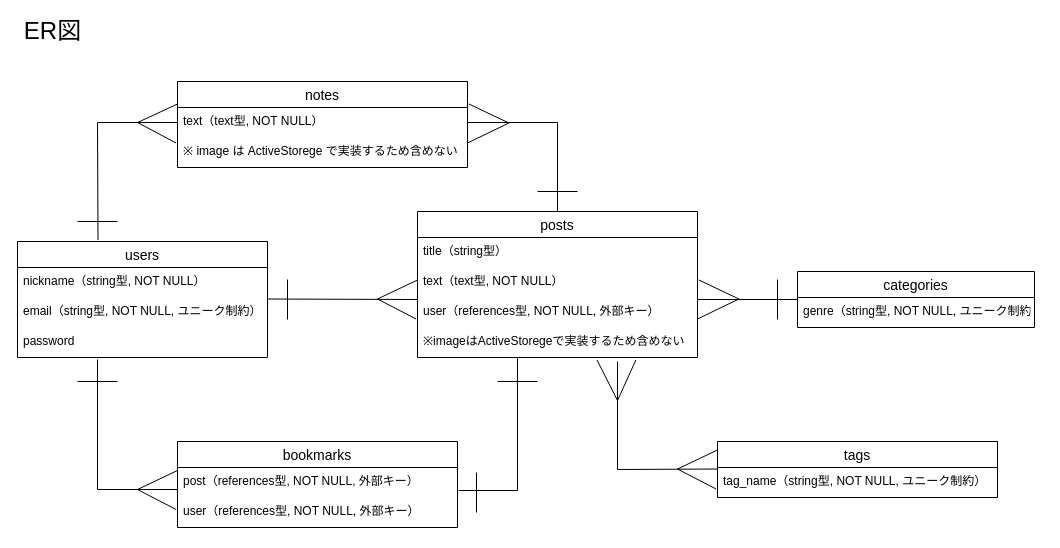
This is ER.dio from yuuri-aqua/note-38690, a draw.io file, before an edit. Source tidied: cells renumbered, new cells numbered last; positions are measured from the earlier drawing's top-left corner, leaving out a move shared by most shapes. Both pictures are drawn from the tidied source at 100%, with x=0, y=0 at pixel (17, 21).
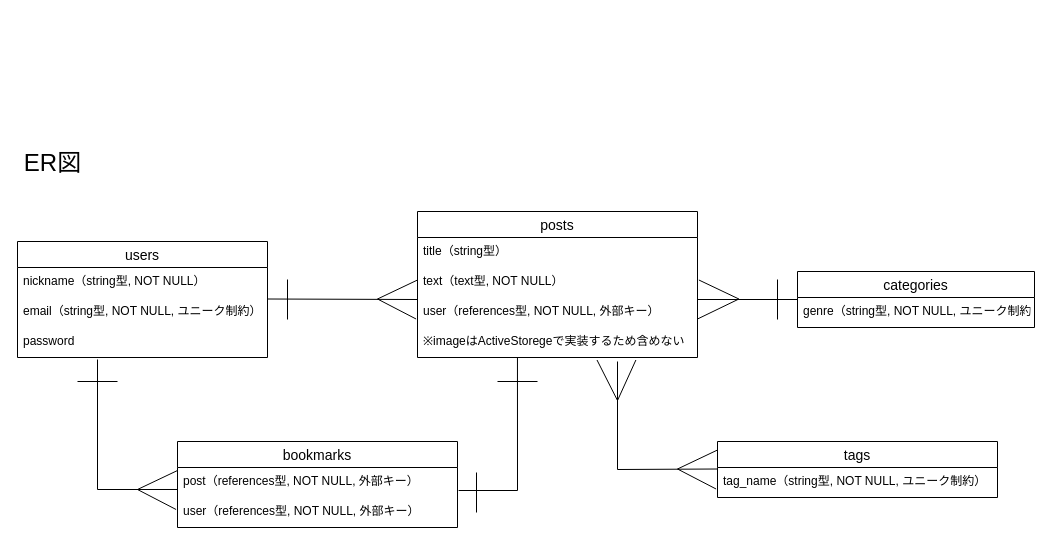
The same page after the edit.

The change refers to these unchanged cells:
```xml
<mxCell id="3" value="users" style="swimlane;fontStyle=0;horizontal=1;startSize=26;align=center;fontSize=14;" parent="1" vertex="1">
  <mxGeometry y="220" width="250" height="116" as="geometry" />
</mxCell>
<mxCell id="7" value="posts" style="swimlane;fontStyle=0;horizontal=1;startSize=26;align=center;fontSize=14;" parent="1" vertex="1">
  <mxGeometry x="400" y="190" width="280" height="146" as="geometry" />
</mxCell>
```

The edit, as a diff of the source:
```diff
@@
     <mxCell id="2" value="&lt;font style=&quot;font-size: 24px&quot;&gt;ER図&lt;/font&gt;" style="text;html=1;align=center;verticalAlign=middle;fillColor=none;strokeColor=none;rounded=0;" parent="1" vertex="1">
-      <mxGeometry width="70" height="20" as="geometry" />
+      <mxGeometry y="132" width="70" height="20" as="geometry" />
     </mxCell>
@@
-    <mxCell id="14" value="notes" style="swimlane;fontStyle=0;horizontal=1;startSize=26;align=center;fontSize=14;" parent="1" vertex="1">
-      <mxGeometry x="160" y="60" width="290" height="86" as="geometry" />
-    </mxCell>
-    <mxCell id="15" value="text（text型, NOT NULL）" style="text;strokeColor=none;fillColor=none;spacingLeft=4;spacingRight=4;overflow=hidden;points=[[0,0.5],[1,0.5]];portConstraint=eastwest;fontSize=12;" parent="14" vertex="1">
-      <mxGeometry y="26" width="290" height="30" as="geometry" />
-    </mxCell>
-    <mxCell id="16" value="※ image は ActiveStorege で実装するため含めない" style="text;strokeColor=none;fillColor=none;spacingLeft=4;spacingRight=4;overflow=hidden;fontSize=12;" parent="14" vertex="1">
-      <mxGeometry y="56" width="290" height="30" as="geometry" />
-    </mxCell>
-    <mxCell id="17" style="endArrow=none;html=1;rounded=0;fontSize=24;entryX=-0.005;entryY=0.15;entryDx=0;entryDy=0;entryPerimeter=0;exitX=0;exitY=0.25;exitDx=0;exitDy=0;" parent="14" edge="1">
-      <mxGeometry relative="1" as="geometry">
-        <mxPoint y="22.5" as="sourcePoint" />
-        <mxPoint x="-1.4" y="61.5" as="targetPoint" />
-        <Array as="points">
-          <mxPoint x="-40" y="41" />
-        </Array>
-      </mxGeometry>
-    </mxCell>
-    <mxCell id="18" style="endArrow=none;html=1;rounded=0;fontSize=24;exitX=0.322;exitY=-0.013;exitDx=0;exitDy=0;exitPerimeter=0;entryX=0;entryY=0.5;entryDx=0;entryDy=0;" parent="1" edge="1" source="3" target="15">
-      <mxGeometry relative="1" as="geometry">
-        <Array as="points">
-          <mxPoint x="80" y="101" />
-        </Array>
-      </mxGeometry>
-    </mxCell>
-    <mxCell id="19" style="endArrow=none;html=1;rounded=0;fontSize=24;" parent="1" edge="1">
-      <mxGeometry relative="1" as="geometry">
-        <mxPoint x="60" y="200" as="sourcePoint" />
-        <mxPoint x="100" y="200" as="targetPoint" />
-      </mxGeometry>
-    </mxCell>
-    <mxCell id="20" style="endArrow=none;html=1;rounded=0;fontSize=24;entryX=0.5;entryY=0;entryDx=0;entryDy=0;" parent="1" edge="1" source="15" target="7">
-      <mxGeometry relative="1" as="geometry">
-        <Array as="points">
-          <mxPoint x="540" y="101" />
-        </Array>
-      </mxGeometry>
-    </mxCell>
-    <mxCell id="21" style="endArrow=none;html=1;rounded=0;fontSize=24;entryX=-0.005;entryY=0.15;entryDx=0;entryDy=0;entryPerimeter=0;exitX=0;exitY=0.25;exitDx=0;exitDy=0;" parent="1" edge="1">
-      <mxGeometry relative="1" as="geometry">
-        <mxPoint x="451.4" y="82.5" as="sourcePoint" />
-        <mxPoint x="450" y="121.5" as="targetPoint" />
-        <Array as="points">
-          <mxPoint x="491.4" y="101.5" />
-        </Array>
-      </mxGeometry>
-    </mxCell>
@@
-    <mxCell id="36" style="endArrow=none;html=1;rounded=0;fontSize=24;" parent="1" edge="1">
-      <mxGeometry relative="1" as="geometry">
-        <mxPoint x="520" y="170" as="sourcePoint" />
-        <mxPoint x="560" y="170" as="targetPoint" />
-      </mxGeometry>
-    </mxCell>
```
